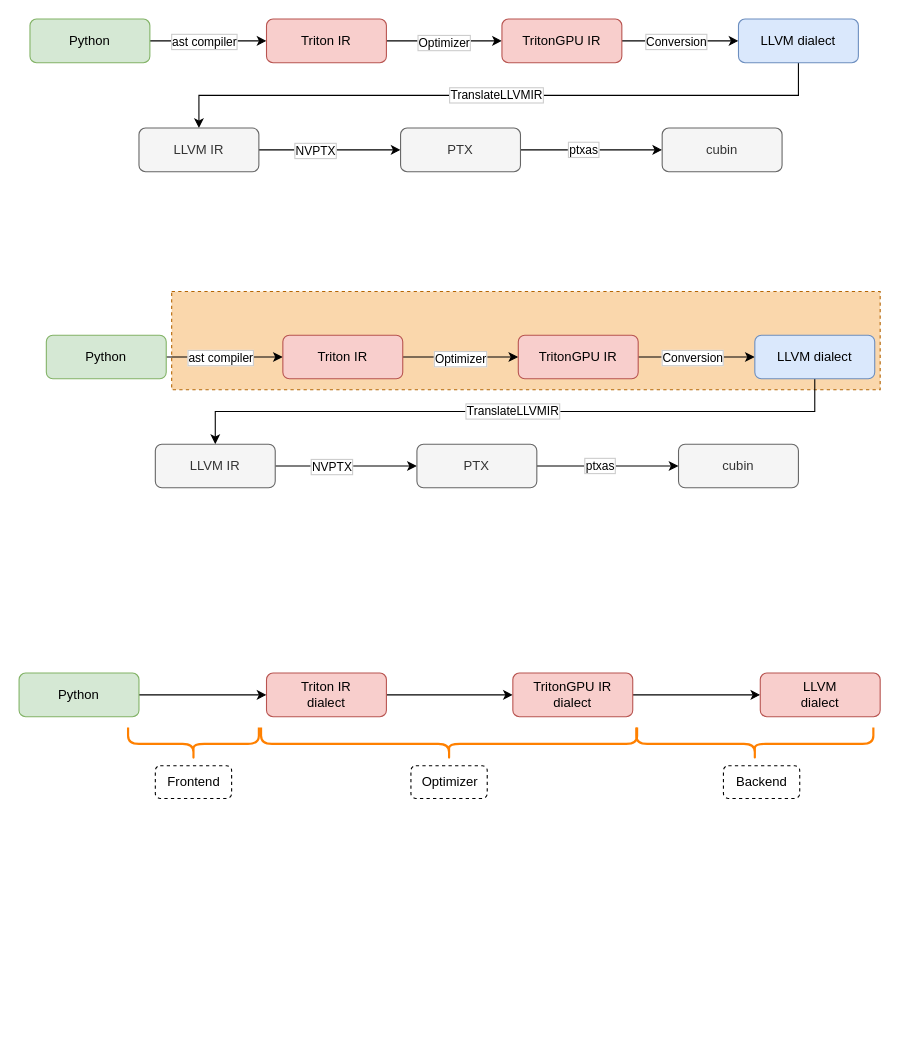
Before: triton-introduction.drawio in Superjomn/_tmp_images, a draw.io diagram. Source tidied: cells renumbered, new cells numbered last; positions are measured from the earlier drawing's top-left corner, leaving out a move shared by most shapes. Both pictures are drawn from the tidied source at 109%, with x=0, y=0 at pixel (19, 19).
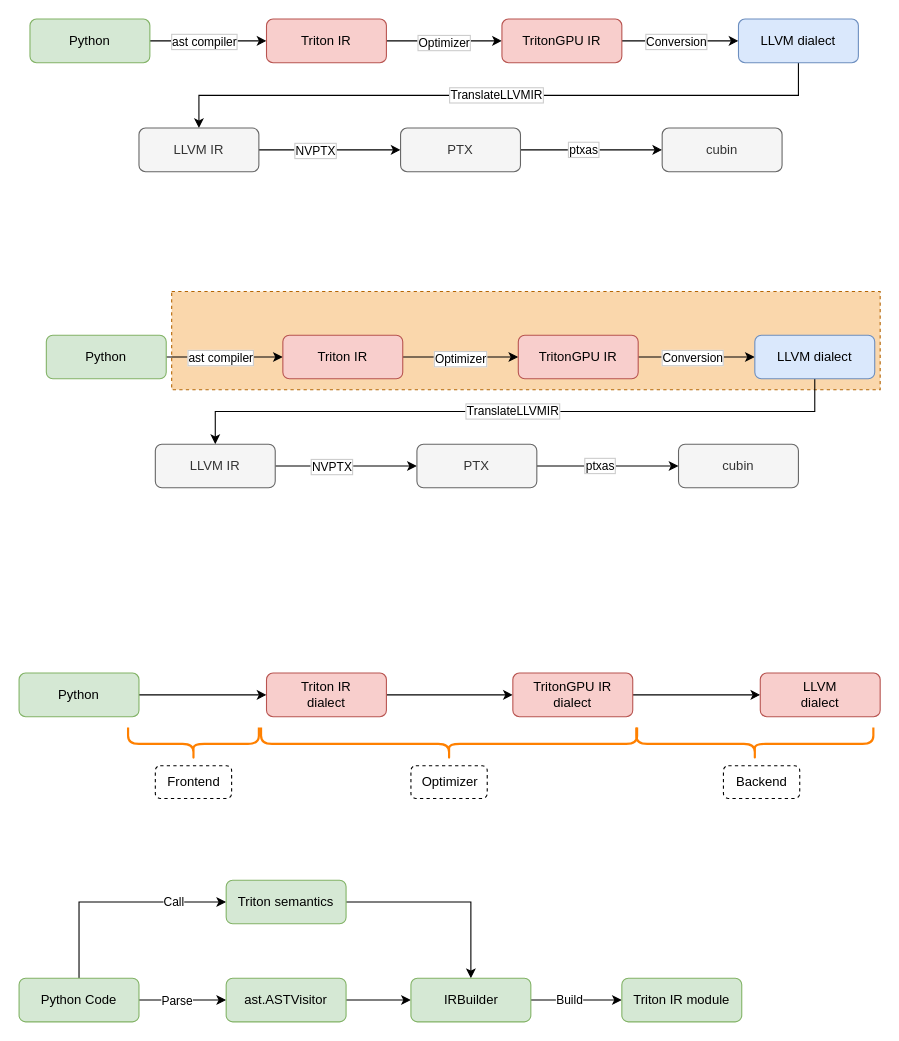
After the change.

Diff of the diagram source:
```diff
@@
+    <mxCell id="54" style="edgeStyle=orthogonalEdgeStyle;rounded=0;jettySize=auto;html=1;exitX=1;exitY=0.5;exitDx=0;exitDy=0;" parent="1" edge="1" source="58" target="60">
+      <mxGeometry relative="1" as="geometry" />
+    </mxCell>
+    <mxCell id="55" value="Parse" style="edgeLabel;html=1;align=center;verticalAlign=middle;" parent="54" vertex="1">
+      <mxGeometry x="-0.15" relative="1" as="geometry" />
+    </mxCell>
+    <mxCell id="56" style="edgeStyle=orthogonalEdgeStyle;rounded=0;jettySize=auto;html=1;exitX=0.5;exitY=0;exitDx=0;exitDy=0;entryX=0;entryY=0.5;entryDx=0;entryDy=0;" parent="1" edge="1" source="58" target="62">
+      <mxGeometry relative="1" as="geometry" />
+    </mxCell>
+    <mxCell id="57" value="Call" style="edgeLabel;html=1;align=center;verticalAlign=middle;" parent="56" vertex="1">
+      <mxGeometry x="0.1" y="1" relative="1" as="geometry">
+        <mxPoint x="43" as="offset" />
+      </mxGeometry>
+    </mxCell>
+    <mxCell id="58" value="Python Code" style="rounded=1;whiteSpace=wrap;html=1;fillColor=#d5e8d4;strokeColor=#82b366;" parent="1" vertex="1">
+      <mxGeometry y="880" width="110" height="40" as="geometry" />
+    </mxCell>
+    <mxCell id="59" style="edgeStyle=orthogonalEdgeStyle;rounded=0;jettySize=auto;html=1;exitX=1;exitY=0.5;exitDx=0;exitDy=0;entryX=0;entryY=0.5;entryDx=0;entryDy=0;" parent="1" edge="1" source="60" target="65">
+      <mxGeometry relative="1" as="geometry" />
+    </mxCell>
+    <mxCell id="60" value="ast.ASTVisitor" style="rounded=1;whiteSpace=wrap;html=1;fillColor=#d5e8d4;strokeColor=#82b366;" parent="1" vertex="1">
+      <mxGeometry x="190" y="880" width="110" height="40" as="geometry" />
+    </mxCell>
+    <mxCell id="61" style="edgeStyle=orthogonalEdgeStyle;rounded=0;jettySize=auto;html=1;exitX=1;exitY=0.5;exitDx=0;exitDy=0;entryX=0.5;entryY=0;entryDx=0;entryDy=0;" parent="1" edge="1" source="62" target="65">
+      <mxGeometry relative="1" as="geometry" />
+    </mxCell>
+    <mxCell id="62" value="Triton semantics" style="rounded=1;whiteSpace=wrap;html=1;fillColor=#d5e8d4;strokeColor=#82b366;" parent="1" vertex="1">
+      <mxGeometry x="190" y="790" width="110" height="40" as="geometry" />
+    </mxCell>
+    <mxCell id="63" style="edgeStyle=orthogonalEdgeStyle;rounded=0;jettySize=auto;html=1;exitX=1;exitY=0.5;exitDx=0;exitDy=0;entryX=0;entryY=0.5;entryDx=0;entryDy=0;" parent="1" edge="1" source="65" target="66">
+      <mxGeometry relative="1" as="geometry" />
+    </mxCell>
+    <mxCell id="64" value="Build" style="edgeLabel;html=1;align=center;verticalAlign=middle;" parent="63" vertex="1">
+      <mxGeometry x="-0.19" y="1" relative="1" as="geometry">
+        <mxPoint x="1" as="offset" />
+      </mxGeometry>
+    </mxCell>
+    <mxCell id="65" value="IRBuilder" style="rounded=1;whiteSpace=wrap;html=1;fillColor=#d5e8d4;strokeColor=#82b366;" parent="1" vertex="1">
+      <mxGeometry x="359.5" y="880" width="110" height="40" as="geometry" />
+    </mxCell>
+    <mxCell id="66" value="Triton IR module" style="rounded=1;whiteSpace=wrap;html=1;fillColor=#d5e8d4;strokeColor=#82b366;" parent="1" vertex="1">
+      <mxGeometry x="553" y="880" width="110" height="40" as="geometry" />
+    </mxCell>
```
